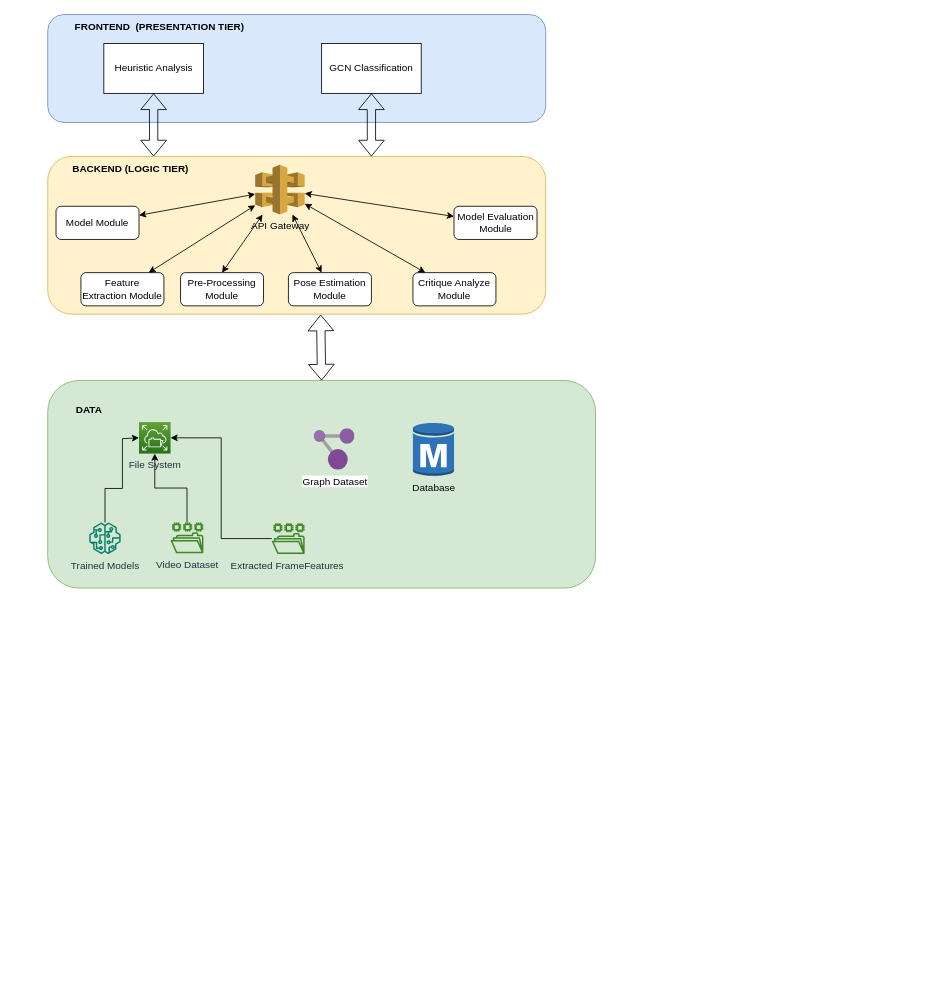
Before: Diagrams/SystemArchitecure.drawio in vish84725/Research_Artifacts, a draw.io diagram. Source tidied: cells renumbered, new cells numbered last; positions are measured from the earlier drawing's top-left corner, leaving out a move shared by most shapes. Both pictures are drawn from the tidied source at 83%, with x=0, y=0 at pixel (47, 14).
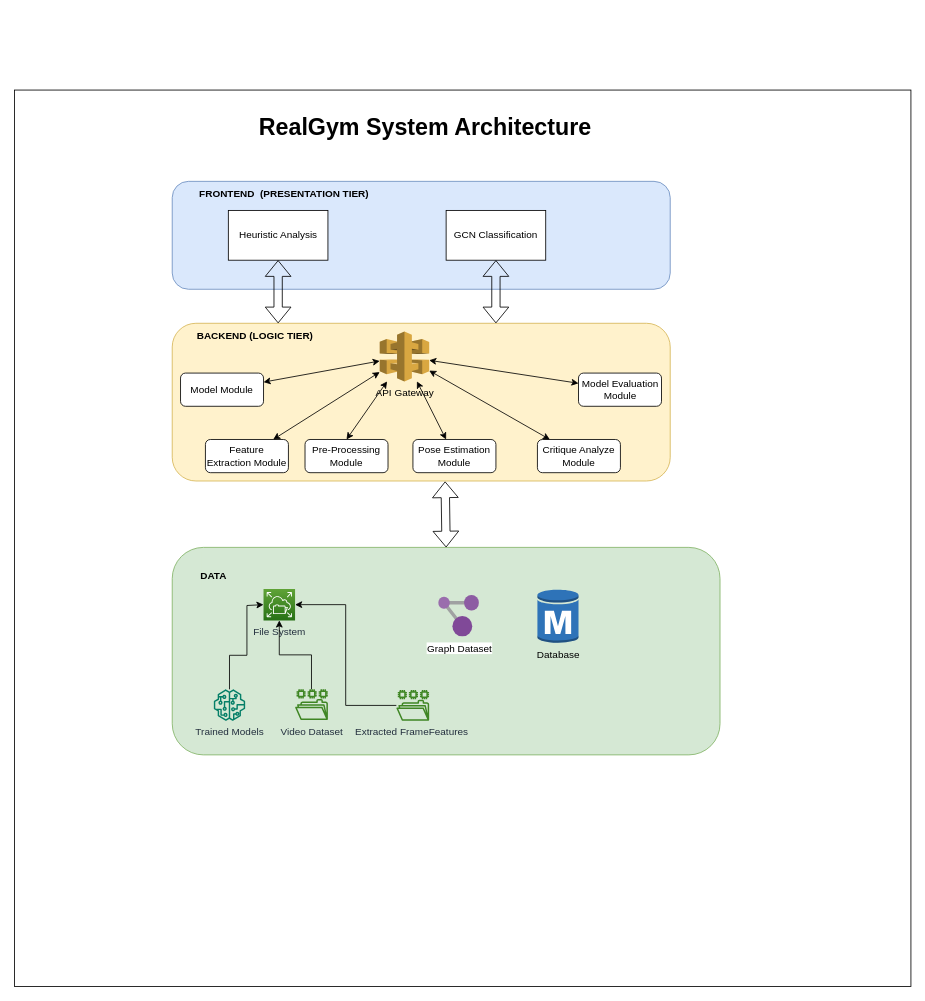
The same page after the edit.

The edit, as a diff of the source:
```diff
@@
+    <mxCell id="35" style="whiteSpace=wrap;html=1;" parent="1" vertex="1">
+      <mxGeometry x="-40" y="91" width="1080" height="1080" as="geometry" />
+    </mxCell>
+    <mxCell id="36" style="group;" parent="1" vertex="1">
+      <mxGeometry x="150" y="201" width="660" height="691" as="geometry" />
+    </mxCell>
-    <mxCell id="2" style="rounded=1;whiteSpace=wrap;html=1;fillColor=#dae8fc;strokeColor=#6c8ebf;" parent="1" vertex="1">
+    <mxCell id="2" style="rounded=1;whiteSpace=wrap;html=1;fillColor=#dae8fc;strokeColor=#6c8ebf;" parent="36" vertex="1">
       <mxGeometry width="600" height="130" as="geometry" />
     </mxCell>
-    <mxCell id="3" value="&lt;b&gt;FRONTEND&amp;nbsp; (PRESENTATION TIER)&lt;/b&gt;" style="text;html=1;strokeColor=none;fillColor=none;align=center;verticalAlign=middle;whiteSpace=wrap;rounded=0;" parent="1" vertex="1">
+    <mxCell id="3" value="&lt;b&gt;FRONTEND&amp;nbsp; (PRESENTATION TIER)&lt;/b&gt;" style="text;html=1;strokeColor=none;fillColor=none;align=center;verticalAlign=middle;whiteSpace=wrap;rounded=0;" parent="36" vertex="1">
       <mxGeometry x="30" width="210" height="30" as="geometry" />
     </mxCell>
-    <mxCell id="4" style="rounded=1;whiteSpace=wrap;html=1;fillColor=#fff2cc;strokeColor=#d6b656;" parent="1" vertex="1">
+    <mxCell id="4" style="rounded=1;whiteSpace=wrap;html=1;fillColor=#fff2cc;strokeColor=#d6b656;" parent="36" vertex="1">
       <mxGeometry y="171" width="600" height="190" as="geometry" />
     </mxCell>
-    <mxCell id="5" value="&lt;b&gt;BACKEND (LOGIC TIER)&lt;/b&gt;" style="text;html=1;strokeColor=none;fillColor=none;align=center;verticalAlign=middle;whiteSpace=wrap;rounded=0;" parent="1" vertex="1">
+    <mxCell id="5" value="&lt;b&gt;BACKEND (LOGIC TIER)&lt;/b&gt;" style="text;html=1;strokeColor=none;fillColor=none;align=center;verticalAlign=middle;whiteSpace=wrap;rounded=0;" parent="36" vertex="1">
       <mxGeometry x="25" y="171" width="150" height="30" as="geometry" />
     </mxCell>
-    <mxCell id="6" style="rounded=1;whiteSpace=wrap;html=1;fillColor=#d5e8d4;strokeColor=#82b366;" parent="1" vertex="1">
+    <mxCell id="6" style="rounded=1;whiteSpace=wrap;html=1;fillColor=#d5e8d4;strokeColor=#82b366;" parent="36" vertex="1">
       <mxGeometry y="441" width="660" height="250" as="geometry" />
     </mxCell>
-    <mxCell id="7" value="&lt;b&gt;DATA&lt;/b&gt;" style="text;html=1;strokeColor=none;fillColor=#d5e8d4;align=center;verticalAlign=middle;whiteSpace=wrap;rounded=0;direction=south;" parent="1" vertex="1">
+    <mxCell id="7" value="&lt;b&gt;DATA&lt;/b&gt;" style="text;html=1;strokeColor=none;fillColor=#d5e8d4;align=center;verticalAlign=middle;whiteSpace=wrap;rounded=0;direction=south;" parent="36" vertex="1">
       <mxGeometry x="35" y="446" width="30" height="60" as="geometry" />
     </mxCell>
-    <mxCell id="8" value="File System&lt;br&gt;" style="sketch=0;points=[[0,0,0],[0.25,0,0],[0.5,0,0],[0.75,0,0],[1,0,0],[0,1,0],[0.25,1,0],[0.5,1,0],[0.75,1,0],[1,1,0],[0,0.25,0],[0,0.5,0],[0,0.75,0],[1,0.25,0],[1,0.5,0],[1,0.75,0]];outlineConnect=0;fontColor=#232F3E;gradientColor=#60A337;gradientDirection=north;fillColor=#277116;strokeColor=#ffffff;dashed=0;verticalLabelPosition=bottom;verticalAlign=top;align=center;html=1;fontSize=12;fontStyle=0;shape=mxgraph.aws4.resourceIcon;resIcon=mxgraph.aws4.elastic_file_system;" parent="1" vertex="1">
+    <mxCell id="8" value="File System&lt;br&gt;" style="sketch=0;points=[[0,0,0],[0.25,0,0],[0.5,0,0],[0.75,0,0],[1,0,0],[0,1,0],[0.25,1,0],[0.5,1,0],[0.75,1,0],[1,1,0],[0,0.25,0],[0,0.5,0],[0,0.75,0],[1,0.25,0],[1,0.5,0],[1,0.75,0]];outlineConnect=0;fontColor=#232F3E;gradientColor=#60A337;gradientDirection=north;fillColor=#277116;strokeColor=#ffffff;dashed=0;verticalLabelPosition=bottom;verticalAlign=top;align=center;html=1;fontSize=12;fontStyle=0;shape=mxgraph.aws4.resourceIcon;resIcon=mxgraph.aws4.elastic_file_system;" parent="36" vertex="1">
       <mxGeometry x="110" y="491" width="38" height="38" as="geometry" />
     </mxCell>
-    <mxCell id="9" value="Database&lt;br&gt;" style="dashed=0;verticalLabelPosition=bottom;verticalAlign=top;align=center;html=1;shape=mxgraph.aws3.rds_db_instance;fillColor=#2E73B8;gradientColor=none;" parent="1" vertex="1">
+    <mxCell id="9" value="Database&lt;br&gt;" style="dashed=0;verticalLabelPosition=bottom;verticalAlign=top;align=center;html=1;shape=mxgraph.aws3.rds_db_instance;fillColor=#2E73B8;gradientColor=none;" parent="36" vertex="1">
       <mxGeometry x="440" y="491" width="49.5" height="66" as="geometry" />
     </mxCell>
-    <mxCell id="10" style="edgeStyle=orthogonalEdgeStyle;rounded=0;jettySize=auto;html=1;entryX=0;entryY=0.5;entryDx=0;entryDy=0;entryPerimeter=0;" parent="1" edge="1" source="11" target="8">
+    <mxCell id="10" style="edgeStyle=orthogonalEdgeStyle;rounded=0;jettySize=auto;html=1;entryX=0;entryY=0.5;entryDx=0;entryDy=0;entryPerimeter=0;" parent="36" edge="1" source="11" target="8">
       <mxGeometry relative="1" as="geometry">
         <Array as="points">
           <mxPoint x="69" y="571" />
           <mxPoint x="90" y="571" />
           <mxPoint x="90" y="511" />
         </Array>
       </mxGeometry>
     </mxCell>
-    <mxCell id="11" value="Trained Models" style="sketch=0;outlineConnect=0;fontColor=#232F3E;gradientColor=none;fillColor=#067F68;strokeColor=none;dashed=0;verticalLabelPosition=bottom;verticalAlign=top;align=center;html=1;fontSize=12;fontStyle=0;shape=mxgraph.aws4.sagemaker_model;" parent="1" vertex="1">
+    <mxCell id="11" value="Trained Models" style="sketch=0;outlineConnect=0;fontColor=#232F3E;gradientColor=none;fillColor=#067F68;strokeColor=none;dashed=0;verticalLabelPosition=bottom;verticalAlign=top;align=center;html=1;fontSize=12;fontStyle=0;shape=mxgraph.aws4.sagemaker_model;" parent="36" vertex="1">
       <mxGeometry x="50" y="612" width="38" height="38" as="geometry" />
     </mxCell>
-    <mxCell id="12" style="edgeStyle=orthogonalEdgeStyle;rounded=0;jettySize=auto;html=1;" parent="1" edge="1" source="13" target="8">
+    <mxCell id="12" style="edgeStyle=orthogonalEdgeStyle;rounded=0;jettySize=auto;html=1;" parent="36" edge="1" source="13" target="8">
       <mxGeometry relative="1" as="geometry" />
     </mxCell>
-    <mxCell id="13" value="Video Dataset" style="sketch=0;outlineConnect=0;fontColor=#232F3E;gradientColor=none;fillColor=#3F8624;strokeColor=none;dashed=0;verticalLabelPosition=bottom;verticalAlign=top;align=center;html=1;fontSize=12;fontStyle=0;shape=mxgraph.aws4.file_system;" parent="1" vertex="1">
+    <mxCell id="13" value="Video Dataset" style="sketch=0;outlineConnect=0;fontColor=#232F3E;gradientColor=none;fillColor=#3F8624;strokeColor=none;dashed=0;verticalLabelPosition=bottom;verticalAlign=top;align=center;html=1;fontSize=12;fontStyle=0;shape=mxgraph.aws4.file_system;" parent="36" vertex="1">
       <mxGeometry x="148" y="612" width="39.6" height="37" as="geometry" />
     </mxCell>
-    <mxCell id="14" style="edgeStyle=orthogonalEdgeStyle;rounded=0;jettySize=auto;html=1;entryX=1;entryY=0.5;entryDx=0;entryDy=0;entryPerimeter=0;" parent="1" edge="1" source="15" target="8">
+    <mxCell id="14" style="edgeStyle=orthogonalEdgeStyle;rounded=0;jettySize=auto;html=1;entryX=1;entryY=0.5;entryDx=0;entryDy=0;entryPerimeter=0;" parent="36" edge="1" source="15" target="8">
       <mxGeometry relative="1" as="geometry" />
     </mxCell>
-    <mxCell id="15" value="Extracted FrameFeatures&amp;nbsp;" style="sketch=0;outlineConnect=0;fontColor=#232F3E;gradientColor=none;fillColor=#3F8624;strokeColor=none;dashed=0;verticalLabelPosition=bottom;verticalAlign=top;align=center;html=1;fontSize=12;fontStyle=0;shape=mxgraph.aws4.file_system;" parent="1" vertex="1">
+    <mxCell id="15" value="Extracted FrameFeatures&amp;nbsp;" style="sketch=0;outlineConnect=0;fontColor=#232F3E;gradientColor=none;fillColor=#3F8624;strokeColor=none;dashed=0;verticalLabelPosition=bottom;verticalAlign=top;align=center;html=1;fontSize=12;fontStyle=0;shape=mxgraph.aws4.file_system;" parent="36" vertex="1">
       <mxGeometry x="270" y="612.9" width="39.6" height="37" as="geometry" />
     </mxCell>
-    <mxCell id="16" value="Graph Dataset&lt;br&gt;" style="sketch=0;html=1;align=center;image;fontSize=12;image=img/lib/mscae/Resource_Graph_Explorer.svg;" parent="1" vertex="1">
+    <mxCell id="16" value="Graph Dataset&lt;br&gt;" style="sketch=0;html=1;align=center;image;fontSize=12;image=img/lib/mscae/Resource_Graph_Explorer.svg;" parent="36" vertex="1">
       <mxGeometry x="321" y="499" width="49" height="50" as="geometry" />
     </mxCell>
-    <mxCell id="17" value="Heuristic Analysis&lt;br&gt;" style="rounded=0;whiteSpace=wrap;html=1;" parent="1" vertex="1">
+    <mxCell id="17" value="Heuristic Analysis&lt;br&gt;" style="rounded=0;whiteSpace=wrap;html=1;" parent="36" vertex="1">
       <mxGeometry x="67.6" y="35" width="120" height="60" as="geometry" />
     </mxCell>
-    <mxCell id="18" value="GCN Classification" style="rounded=0;whiteSpace=wrap;html=1;" parent="1" vertex="1">
+    <mxCell id="18" value="GCN Classification" style="rounded=0;whiteSpace=wrap;html=1;" parent="36" vertex="1">
       <mxGeometry x="330" y="35" width="120" height="60" as="geometry" />
     </mxCell>
-    <mxCell id="19" value="Feature Extraction Module" style="rounded=1;whiteSpace=wrap;html=1;" parent="1" vertex="1">
+    <mxCell id="19" value="Feature Extraction Module" style="rounded=1;whiteSpace=wrap;html=1;" parent="36" vertex="1">
       <mxGeometry x="40" y="311" width="100" height="40" as="geometry" />
     </mxCell>
-    <mxCell id="20" value="Pre-Processing Module" style="rounded=1;whiteSpace=wrap;html=1;" parent="1" vertex="1">
+    <mxCell id="20" value="Pre-Processing Module" style="rounded=1;whiteSpace=wrap;html=1;" parent="36" vertex="1">
       <mxGeometry x="160" y="311" width="100" height="40" as="geometry" />
     </mxCell>
-    <mxCell id="21" value="Pose Estimation Module" style="rounded=1;whiteSpace=wrap;html=1;" parent="1" vertex="1">
+    <mxCell id="21" value="Pose Estimation Module" style="rounded=1;whiteSpace=wrap;html=1;" parent="36" vertex="1">
       <mxGeometry x="290" y="311" width="100" height="40" as="geometry" />
     </mxCell>
-    <mxCell id="22" value="Critique Analyze Module" style="rounded=1;whiteSpace=wrap;html=1;" parent="1" vertex="1">
+    <mxCell id="22" value="Critique Analyze Module" style="rounded=1;whiteSpace=wrap;html=1;" parent="36" vertex="1">
       <mxGeometry x="440" y="311" width="100" height="40" as="geometry" />
     </mxCell>
-    <mxCell id="23" value="API Gateway&lt;br&gt;" style="outlineConnect=0;dashed=0;verticalLabelPosition=bottom;verticalAlign=top;align=center;html=1;shape=mxgraph.aws3.api_gateway;fillColor=#D9A741;gradientColor=none;" parent="1" vertex="1">
+    <mxCell id="23" value="API Gateway&lt;br&gt;" style="outlineConnect=0;dashed=0;verticalLabelPosition=bottom;verticalAlign=top;align=center;html=1;shape=mxgraph.aws3.api_gateway;fillColor=#D9A741;gradientColor=none;" parent="36" vertex="1">
       <mxGeometry x="250" y="181" width="59.6" height="60" as="geometry" />
     </mxCell>
-    <mxCell id="24" style="endArrow=classic;startArrow=classic;html=1;rounded=0;" parent="1" edge="1" source="19" target="23">
+    <mxCell id="24" style="endArrow=classic;startArrow=classic;html=1;rounded=0;" parent="36" edge="1" source="19" target="23">
       <mxGeometry relative="1" as="geometry" />
     </mxCell>
-    <mxCell id="25" style="endArrow=classic;startArrow=classic;html=1;rounded=0;exitX=0.5;exitY=0;exitDx=0;exitDy=0;" parent="1" edge="1" source="20" target="23">
+    <mxCell id="25" style="endArrow=classic;startArrow=classic;html=1;rounded=0;exitX=0.5;exitY=0;exitDx=0;exitDy=0;" parent="36" edge="1" source="20" target="23">
       <mxGeometry relative="1" as="geometry" />
     </mxCell>
-    <mxCell id="26" style="endArrow=classic;startArrow=classic;html=1;rounded=0;" parent="1" edge="1" source="21" target="23">
+    <mxCell id="26" style="endArrow=classic;startArrow=classic;html=1;rounded=0;" parent="36" edge="1" source="21" target="23">
       <mxGeometry relative="1" as="geometry" />
     </mxCell>
-    <mxCell id="27" style="endArrow=classic;startArrow=classic;html=1;rounded=0;" parent="1" edge="1" source="22" target="23">
+    <mxCell id="27" style="endArrow=classic;startArrow=classic;html=1;rounded=0;" parent="36" edge="1" source="22" target="23">
       <mxGeometry relative="1" as="geometry" />
     </mxCell>
-    <mxCell id="28" value="Model Module" style="rounded=1;whiteSpace=wrap;html=1;" parent="1" vertex="1">
+    <mxCell id="28" value="Model Module" style="rounded=1;whiteSpace=wrap;html=1;" parent="36" vertex="1">
       <mxGeometry x="10" y="231" width="100" height="40" as="geometry" />
     </mxCell>
-    <mxCell id="29" value="Model Evaluation Module" style="rounded=1;whiteSpace=wrap;html=1;" parent="1" vertex="1">
+    <mxCell id="29" value="Model Evaluation Module" style="rounded=1;whiteSpace=wrap;html=1;" parent="36" vertex="1">
       <mxGeometry x="489.5" y="231" width="100" height="40" as="geometry" />
     </mxCell>
-    <mxCell id="30" style="endArrow=classic;startArrow=classic;html=1;rounded=0;" parent="1" edge="1" source="29" target="23">
+    <mxCell id="30" style="endArrow=classic;startArrow=classic;html=1;rounded=0;" parent="36" edge="1" source="29" target="23">
       <mxGeometry relative="1" as="geometry" />
     </mxCell>
-    <mxCell id="31" style="endArrow=classic;startArrow=classic;html=1;rounded=0;" parent="1" edge="1" source="28" target="23">
+    <mxCell id="31" style="endArrow=classic;startArrow=classic;html=1;rounded=0;" parent="36" edge="1" source="28" target="23">
       <mxGeometry relative="1" as="geometry" />
     </mxCell>
-    <mxCell id="32" style="shape=flexArrow;endArrow=classic;startArrow=classic;html=1;rounded=0;entryX=0.5;entryY=1;entryDx=0;entryDy=0;exitX=0.684;exitY=0;exitDx=0;exitDy=0;exitPerimeter=0;" parent="1" edge="1" source="5" target="17">
+    <mxCell id="32" style="shape=flexArrow;endArrow=classic;startArrow=classic;html=1;rounded=0;entryX=0.5;entryY=1;entryDx=0;entryDy=0;exitX=0.684;exitY=0;exitDx=0;exitDy=0;exitPerimeter=0;" parent="36" edge="1" source="5" target="17">
       <mxGeometry relative="1" as="geometry" />
     </mxCell>
-    <mxCell id="33" style="shape=flexArrow;endArrow=classic;startArrow=classic;html=1;rounded=0;entryX=0.5;entryY=1;entryDx=0;entryDy=0;" parent="1" edge="1" target="18">
+    <mxCell id="33" style="shape=flexArrow;endArrow=classic;startArrow=classic;html=1;rounded=0;entryX=0.5;entryY=1;entryDx=0;entryDy=0;" parent="36" edge="1" target="18">
       <mxGeometry relative="1" as="geometry">
         <mxPoint x="390" y="171" as="sourcePoint" />
       </mxGeometry>
     </mxCell>
-    <mxCell id="34" style="shape=flexArrow;endArrow=classic;startArrow=classic;html=1;rounded=0;entryX=0.548;entryY=1.003;entryDx=0;entryDy=0;exitX=0.5;exitY=0;exitDx=0;exitDy=0;entryPerimeter=0;" parent="1" edge="1" source="6" target="4">
+    <mxCell id="34" style="shape=flexArrow;endArrow=classic;startArrow=classic;html=1;rounded=0;entryX=0.548;entryY=1.003;entryDx=0;entryDy=0;exitX=0.5;exitY=0;exitDx=0;exitDy=0;entryPerimeter=0;" parent="36" edge="1" source="6" target="4">
       <mxGeometry relative="1" as="geometry" />
     </mxCell>
+    <mxCell id="37" value="&lt;b&gt;&lt;font style=&quot;font-size: 28px;&quot;&gt;RealGym System Architecture&lt;/font&gt;&lt;/b&gt;" style="text;html=1;strokeColor=none;fillColor=none;align=center;verticalAlign=middle;whiteSpace=wrap;rounded=0;" parent="1" vertex="1">
+      <mxGeometry x="80" y="121" width="750" height="30" as="geometry" />
+    </mxCell>
```
